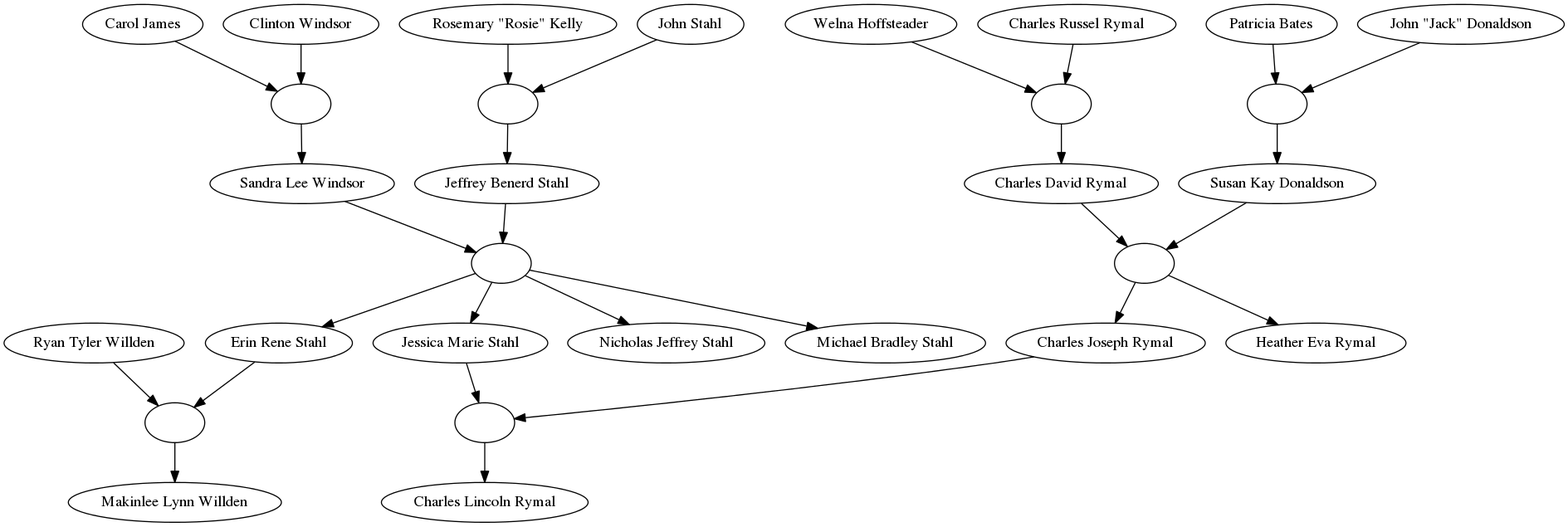
chuck1/site_gene keeps this Graphviz diagram as site_gene/gene/static/gene/graph.gv.png. Above is the earlier version. Its source is kept beside it as site_gene/gene/static/gene/graph.gv. The source it was exported from:
```dot
digraph {
	person_1 [label="Susan Kay Donaldson"]
	pp_13_14 [label=""]
		person_13 -> pp_13_14
		person_14 -> pp_13_14
		pp_13_14 -> person_1
	person_2 [label="Charles David Rymal"]
	pp_10_9 [label=""]
		person_10 -> pp_10_9
		person_9 -> pp_10_9
		pp_10_9 -> person_2
	person_3 [label="Charles Joseph Rymal"]
	pp_1_2 [label=""]
		person_1 -> pp_1_2
		person_2 -> pp_1_2
		pp_1_2 -> person_3
	person_4 [label="Sandra Lee Windsor"]
	pp_12_11 [label=""]
		person_12 -> pp_12_11
		person_11 -> pp_12_11
		pp_12_11 -> person_4
	person_5 [label="Charles Lincoln Rymal"]
	pp_6_3 [label=""]
		person_6 -> pp_6_3
		person_3 -> pp_6_3
		pp_6_3 -> person_5
	person_6 [label="Jessica Marie Stahl"]
	pp_4_7 [label=""]
		person_4 -> pp_4_7
		person_7 -> pp_4_7
		pp_4_7 -> person_6
	person_7 [label="Jeffrey Benerd Stahl"]
	pp_8_21 [label=""]
		person_8 -> pp_8_21
		person_21 -> pp_8_21
		pp_8_21 -> person_7
	person_8 [label="Rosemary \"Rosie\" Kelly"]
	person_9 [label="Charles Russel Rymal"]
	person_10 [label="Welna Hoffsteader"]
	person_11 [label="Clinton Windsor"]
	person_12 [label="Carol James"]
	person_13 [label="Patricia Bates"]
	person_14 [label="John \"Jack\" Donaldson"]
	person_15 [label="Heather Eva Rymal"]
		pp_1_2 -> person_15
	person_16 [label="Erin Rene Stahl"]
		pp_4_7 -> person_16
	person_17 [label="Nicholas Jeffrey Stahl"]
		pp_4_7 -> person_17
	person_18 [label="Michael Bradley Stahl"]
		pp_4_7 -> person_18
	person_19 [label="Ryan Tyler Willden"]
	person_20 [label="Makinlee Lynn Willden"]
	pp_16_19 [label=""]
		person_16 -> pp_16_19
		person_19 -> pp_16_19
		pp_16_19 -> person_20
	person_21 [label="John Stahl"]
}
```
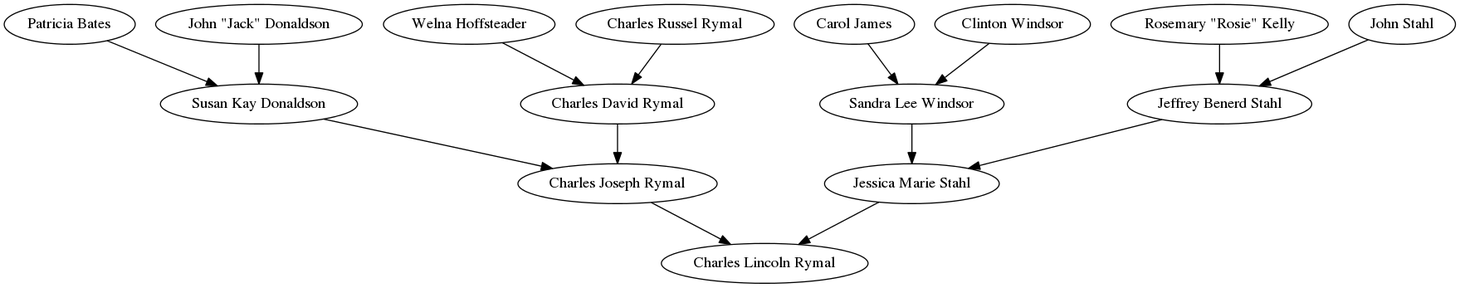
Above is the later version.

Change to the diagram source:
```diff
@@ -1,59 +1,31 @@
 digraph {
+	person_6 [label="Jessica Marie Stahl"]
+		person_4 -> person_6
+		person_7 -> person_6
+	person_4 [label="Sandra Lee Windsor"]
+		person_12 -> person_4
+		person_11 -> person_4
+	person_12 [label="Carol James"]
+	person_11 [label="Clinton Windsor"]
+	person_7 [label="Jeffrey Benerd Stahl"]
+		person_8 -> person_7
+		person_21 -> person_7
+	person_8 [label="Rosemary \"Rosie\" Kelly"]
+	person_21 [label="John Stahl"]
+	person_3 [label="Charles Joseph Rymal"]
+		person_1 -> person_3
+		person_2 -> person_3
 	person_1 [label="Susan Kay Donaldson"]
-	pp_13_14 [label=""]
-		person_13 -> pp_13_14
-		person_14 -> pp_13_14
-		pp_13_14 -> person_1
-	person_2 [label="Charles David Rymal"]
-	pp_10_9 [label=""]
-		person_10 -> pp_10_9
-		person_9 -> pp_10_9
-		pp_10_9 -> person_2
-	person_3 [label="Charles Joseph Rymal"]
-	pp_1_2 [label=""]
-		person_1 -> pp_1_2
-		person_2 -> pp_1_2
-		pp_1_2 -> person_3
-	person_4 [label="Sandra Lee Windsor"]
-	pp_12_11 [label=""]
-		person_12 -> pp_12_11
-		person_11 -> pp_12_11
-		pp_12_11 -> person_4
-	person_5 [label="Charles Lincoln Rymal"]
-	pp_6_3 [label=""]
-		person_6 -> pp_6_3
-		person_3 -> pp_6_3
-		pp_6_3 -> person_5
-	person_6 [label="Jessica Marie Stahl"]
-	pp_4_7 [label=""]
-		person_4 -> pp_4_7
-		person_7 -> pp_4_7
-		pp_4_7 -> person_6
-	person_7 [label="Jeffrey Benerd Stahl"]
-	pp_8_21 [label=""]
-		person_8 -> pp_8_21
-		person_21 -> pp_8_21
-		pp_8_21 -> person_7
-	person_8 [label="Rosemary \"Rosie\" Kelly"]
-	person_9 [label="Charles Russel Rymal"]
-	person_10 [label="Welna Hoffsteader"]
-	person_11 [label="Clinton Windsor"]
-	person_12 [label="Carol James"]
+		person_13 -> person_1
+		person_14 -> person_1
 	person_13 [label="Patricia Bates"]
 	person_14 [label="John \"Jack\" Donaldson"]
-	person_15 [label="Heather Eva Rymal"]
-		pp_1_2 -> person_15
-	person_16 [label="Erin Rene Stahl"]
-		pp_4_7 -> person_16
-	person_17 [label="Nicholas Jeffrey Stahl"]
-		pp_4_7 -> person_17
-	person_18 [label="Michael Bradley Stahl"]
-		pp_4_7 -> person_18
-	person_19 [label="Ryan Tyler Willden"]
-	person_20 [label="Makinlee Lynn Willden"]
-	pp_16_19 [label=""]
-		person_16 -> pp_16_19
-		person_19 -> pp_16_19
-		pp_16_19 -> person_20
-	person_21 [label="John Stahl"]
+	person_2 [label="Charles David Rymal"]
+		person_10 -> person_2
+		person_9 -> person_2
+	person_10 [label="Welna Hoffsteader"]
+	person_9 [label="Charles Russel Rymal"]
+	person_5 [label="Charles Lincoln Rymal"]
+		person_6 -> person_5
+		person_3 -> person_5
 }
```
